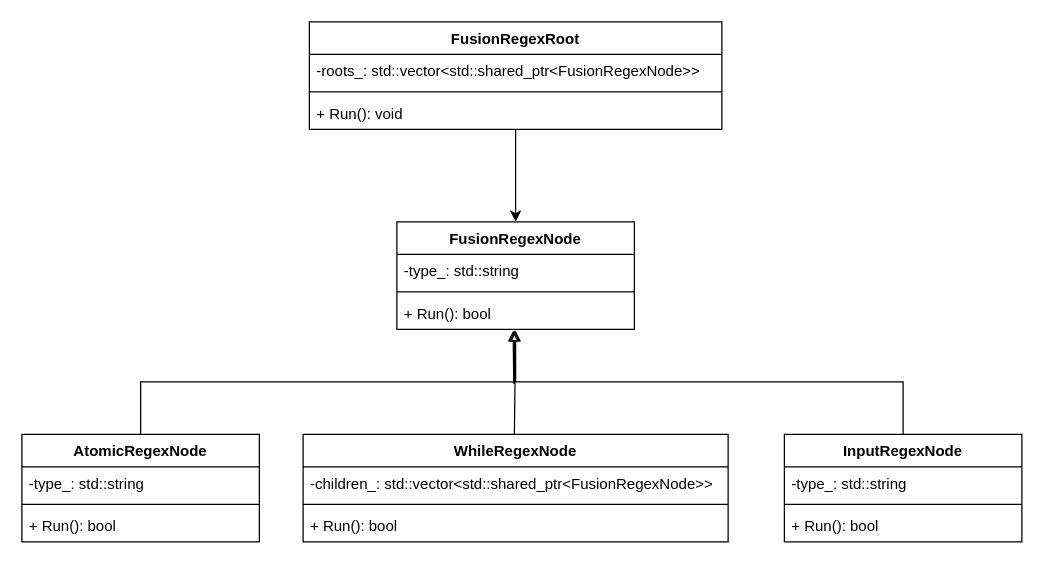
jiahy0825/draw.io keeps this draw.io diagram as 正则表达式类图.drawio. Above is the earlier version. Source tidied: cells renumbered, new cells numbered last; positions are measured from the earlier drawing's top-left corner, leaving out a move shared by most shapes. Both pictures are drawn from the tidied source at 125%, with x=0, y=0 at pixel (21, 21).
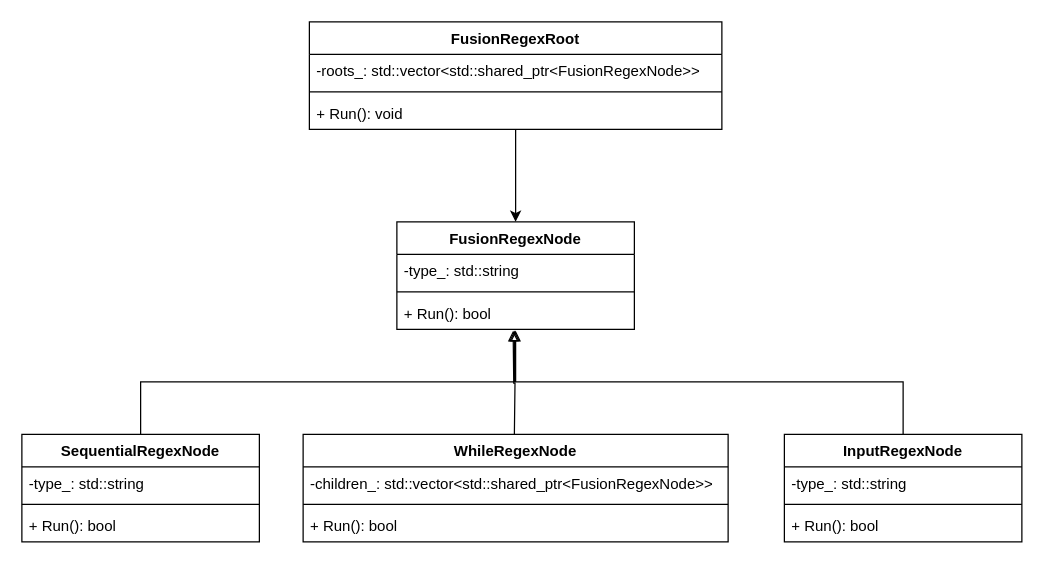
After the change.

Commit message:
更新正则表达式类图.drawio

Diff of the diagram source:
```diff
@@
-    <mxCell id="12" value="AtomicRegexNode" style="swimlane;fontStyle=1;align=center;verticalAlign=top;horizontal=1;startSize=26;whiteSpace=wrap;html=1;" parent="1" vertex="1">
+    <mxCell id="12" value="SequentialRegexNode" style="swimlane;fontStyle=1;align=center;verticalAlign=top;horizontal=1;startSize=26;whiteSpace=wrap;html=1;" parent="1" vertex="1">
       <mxGeometry y="330" width="190" height="86" as="geometry" />
     </mxCell>
```
